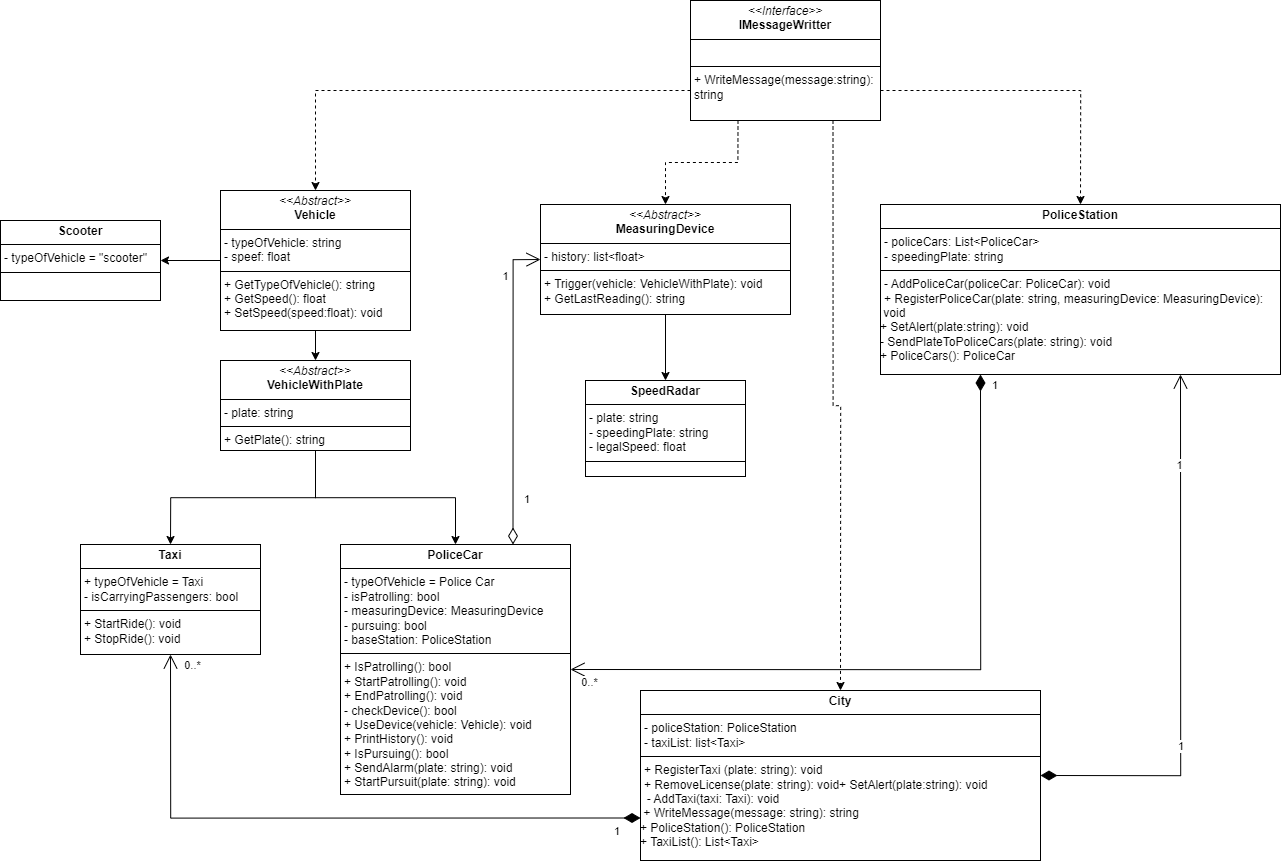
Before: Practica2/UML.png, a diagram exported from draw.io (JES0406/tecnicas-y-paradigmas). Source tidied: cells renumbered, new cells last; positions are measured from the earlier drawing's top-left corner, leaving out a move shared by most shapes.
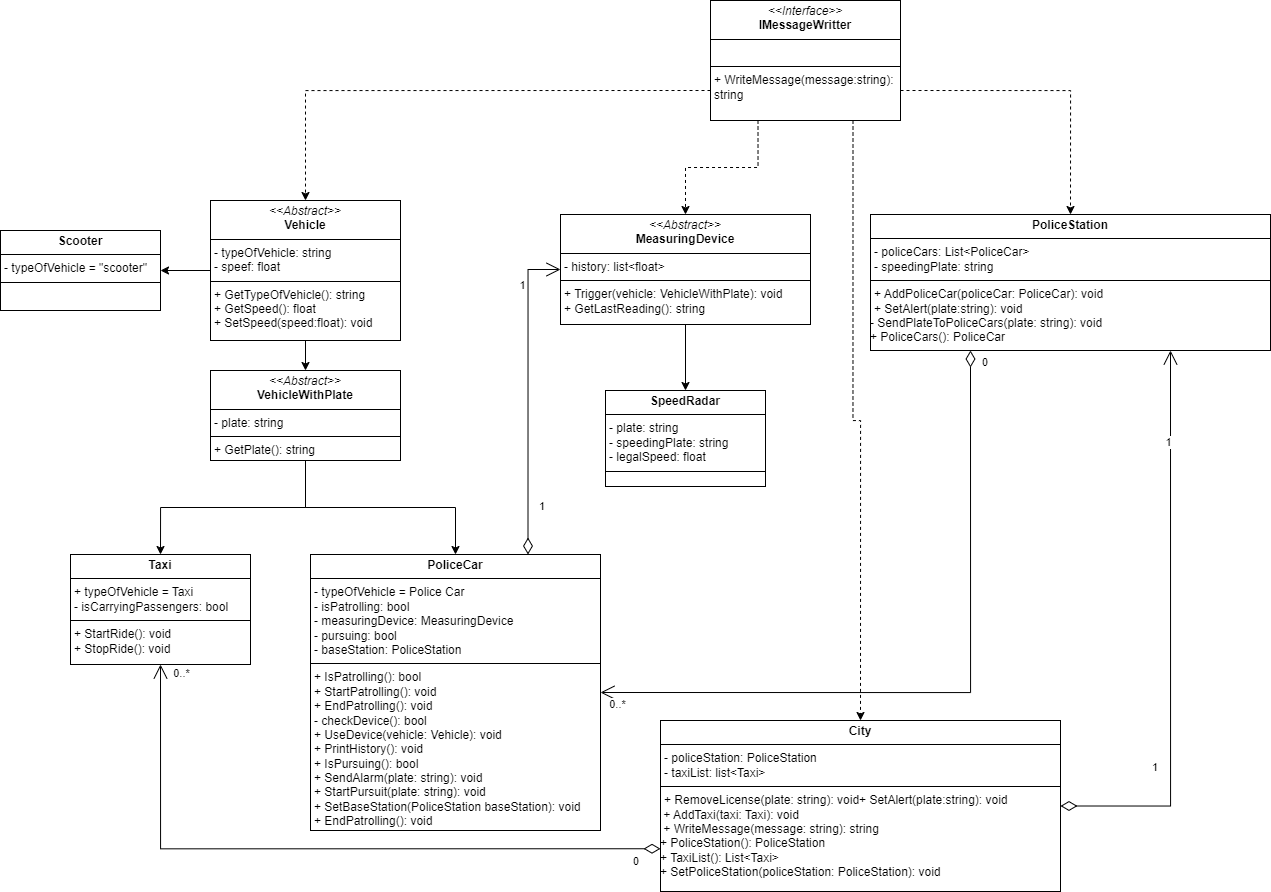
Above is the later version.

Change to the diagram source:
```diff
@@ -24,25 +24,25 @@
       <mxGeometry relative="1" as="geometry" />
     </mxCell>
     <mxCell id="9" value="&lt;p style=&quot;margin:0px;margin-top:4px;text-align:center;&quot;&gt;&lt;i&gt;&amp;lt;&amp;lt;Interface&amp;gt;&amp;gt;&lt;/i&gt;&lt;br&gt;&lt;b&gt;IMessageWritter&lt;/b&gt;&lt;/p&gt;&lt;hr size=&quot;1&quot; style=&quot;border-style:solid;&quot;&gt;&lt;p style=&quot;margin:0px;margin-left:4px;&quot;&gt;&lt;br&gt;&lt;/p&gt;&lt;hr size=&quot;1&quot; style=&quot;border-style:solid;&quot;&gt;&lt;p style=&quot;margin:0px;margin-left:4px;&quot;&gt;+ WriteMessage(message:string):&lt;/p&gt;&lt;p style=&quot;margin:0px;margin-left:4px;&quot;&gt;string&lt;/p&gt;" style="verticalAlign=top;align=left;overflow=fill;html=1;whiteSpace=wrap;" parent="1" vertex="1">
-      <mxGeometry x="690" width="190" height="120" as="geometry" />
+      <mxGeometry x="720" y="-10" width="190" height="120" as="geometry" />
     </mxCell>
     <mxCell id="10" style="edgeStyle=orthogonalEdgeStyle;rounded=0;jettySize=auto;html=1;exitX=0.5;exitY=1;exitDx=0;exitDy=0;entryX=0.5;entryY=0;entryDx=0;entryDy=0;" parent="1" edge="1" source="11" target="13">
       <mxGeometry relative="1" as="geometry" />
     </mxCell>
     <mxCell id="11" value="&lt;p style=&quot;margin:0px;margin-top:4px;text-align:center;&quot;&gt;&lt;i&gt;&amp;lt;&amp;lt;Abstract&amp;gt;&amp;gt;&lt;/i&gt;&lt;br&gt;&lt;b&gt;MeasuringDevice&lt;/b&gt;&lt;/p&gt;&lt;hr size=&quot;1&quot; style=&quot;border-style:solid;&quot;&gt;&lt;p style=&quot;margin:0px;margin-left:4px;&quot;&gt;- history: list&amp;lt;float&amp;gt;&lt;/p&gt;&lt;hr size=&quot;1&quot; style=&quot;border-style:solid;&quot;&gt;&lt;p style=&quot;margin:0px;margin-left:4px;&quot;&gt;+&lt;span style=&quot;text-wrap: nowrap;&quot;&gt;&amp;nbsp;Trigger(vehicle: VehicleWithPlate): void&lt;/span&gt;&lt;br&gt;&lt;span style=&quot;text-wrap: nowrap;&quot;&gt;+ GetLastReading(): string&lt;/span&gt;&lt;br&gt;&lt;/p&gt;" style="verticalAlign=top;align=left;overflow=fill;html=1;whiteSpace=wrap;" parent="1" vertex="1">
-      <mxGeometry x="540" y="204" width="250" height="110" as="geometry" />
+      <mxGeometry x="570" y="204" width="250" height="110" as="geometry" />
     </mxCell>
     <mxCell id="12" style="edgeStyle=orthogonalEdgeStyle;rounded=0;orthogonalLoop=1;jettySize=auto;html=1;exitX=0.5;exitY=1;exitDx=0;exitDy=0;" parent="1" edge="1" source="11" target="11">
       <mxGeometry relative="1" as="geometry" />
     </mxCell>
     <mxCell id="13" value="&lt;p style=&quot;margin:0px;margin-top:4px;text-align:center;&quot;&gt;&lt;b&gt;SpeedRadar&lt;/b&gt;&lt;/p&gt;&lt;hr size=&quot;1&quot; style=&quot;border-style:solid;&quot;&gt;&lt;p style=&quot;margin:0px;margin-left:4px;&quot;&gt;- plate: string&lt;/p&gt;&lt;p style=&quot;margin:0px;margin-left:4px;&quot;&gt;- speedingPlate: string&lt;/p&gt;&lt;p style=&quot;margin:0px;margin-left:4px;&quot;&gt;- legalSpeed: float&lt;/p&gt;&lt;hr size=&quot;1&quot; style=&quot;border-style:solid;&quot;&gt;&lt;p style=&quot;margin:0px;margin-left:4px;&quot;&gt;&lt;br&gt;&lt;/p&gt;" style="verticalAlign=top;align=left;overflow=fill;html=1;whiteSpace=wrap;" parent="1" vertex="1">
-      <mxGeometry x="585" y="380" width="160" height="96" as="geometry" />
+      <mxGeometry x="615" y="380" width="160" height="96" as="geometry" />
     </mxCell>
-    <mxCell id="14" value="&lt;p style=&quot;margin:0px;margin-top:4px;text-align:center;&quot;&gt;&lt;b&gt;PoliceStation&lt;/b&gt;&lt;/p&gt;&lt;hr size=&quot;1&quot; style=&quot;border-style:solid;&quot;&gt;&lt;p style=&quot;margin:0px;margin-left:4px;&quot;&gt;&lt;span style=&quot;text-wrap: nowrap;&quot;&gt;- policeCars: List&amp;lt;PoliceCar&amp;gt;&lt;/span&gt;&lt;br&gt;&lt;/p&gt;&lt;p style=&quot;margin:0px;margin-left:4px;&quot;&gt;&lt;span style=&quot;text-wrap: nowrap;&quot;&gt;- speedingPlate: string&lt;/span&gt;&lt;/p&gt;&lt;hr size=&quot;1&quot; style=&quot;border-style:solid;&quot;&gt;&lt;p style=&quot;margin:0px;margin-left:4px;&quot;&gt;&lt;span style=&quot;text-wrap: nowrap;&quot;&gt;- AddPoliceCar(policeCar: PoliceCar): void&lt;/span&gt;&lt;br&gt;&lt;/p&gt;&lt;p style=&quot;margin:0px;margin-left:4px;&quot;&gt;&lt;span style=&quot;text-wrap: nowrap;&quot;&gt;+ RegisterPoliceCar(plate: string, measuringDevice: MeasuringDevice):&lt;/span&gt;&lt;/p&gt;&lt;div style=&quot;border-color: var(--border-color); text-wrap: nowrap;&quot;&gt;&amp;nbsp;void&lt;/div&gt;&lt;div style=&quot;border-color: var(--border-color); text-wrap: nowrap;&quot;&gt;+ SetAlert(plate:string): void&lt;br&gt;&lt;/div&gt;&lt;div style=&quot;border-color: var(--border-color); text-wrap: nowrap;&quot;&gt;- SendPlateToPoliceCars(plate: string): void&lt;br&gt;&lt;/div&gt;&lt;div style=&quot;border-color: var(--border-color); text-wrap: nowrap;&quot;&gt;+ PoliceCars(): PoliceCar&lt;br&gt;&lt;/div&gt;" style="verticalAlign=top;align=left;overflow=fill;html=1;whiteSpace=wrap;" parent="1" vertex="1">
-      <mxGeometry x="880" y="204" width="400" height="170" as="geometry" />
+    <mxCell id="14" value="&lt;p style=&quot;margin:0px;margin-top:4px;text-align:center;&quot;&gt;&lt;b&gt;PoliceStation&lt;/b&gt;&lt;/p&gt;&lt;hr size=&quot;1&quot; style=&quot;border-style:solid;&quot;&gt;&lt;p style=&quot;margin:0px;margin-left:4px;&quot;&gt;&lt;span style=&quot;text-wrap: nowrap;&quot;&gt;- policeCars: List&amp;lt;PoliceCar&amp;gt;&lt;/span&gt;&lt;br&gt;&lt;/p&gt;&lt;p style=&quot;margin:0px;margin-left:4px;&quot;&gt;&lt;span style=&quot;text-wrap: nowrap;&quot;&gt;- speedingPlate: string&lt;/span&gt;&lt;/p&gt;&lt;hr size=&quot;1&quot; style=&quot;border-style:solid;&quot;&gt;&lt;p style=&quot;margin:0px;margin-left:4px;&quot;&gt;&lt;span style=&quot;text-wrap: nowrap;&quot;&gt;+ AddPoliceCar(policeCar: PoliceCar): void&lt;/span&gt;&lt;br&gt;&lt;/p&gt;&lt;p style=&quot;margin:0px;margin-left:4px;&quot;&gt;&lt;span style=&quot;text-wrap: nowrap; background-color: initial;&quot;&gt;+ SetAlert(plate:string): void&lt;/span&gt;&lt;br&gt;&lt;/p&gt;&lt;div style=&quot;border-color: var(--border-color); text-wrap: nowrap;&quot;&gt;- SendPlateToPoliceCars(plate: string): void&lt;br&gt;&lt;/div&gt;&lt;div style=&quot;border-color: var(--border-color); text-wrap: nowrap;&quot;&gt;+ PoliceCars(): PoliceCar&lt;br&gt;&lt;/div&gt;" style="verticalAlign=top;align=left;overflow=fill;html=1;whiteSpace=wrap;" parent="1" vertex="1">
+      <mxGeometry x="880" y="204" width="400" height="136" as="geometry" />
     </mxCell>
-    <mxCell id="15" value="&lt;p style=&quot;margin:0px;margin-top:4px;text-align:center;&quot;&gt;&lt;b&gt;City&lt;/b&gt;&lt;/p&gt;&lt;hr size=&quot;1&quot; style=&quot;border-style:solid;&quot;&gt;&lt;p style=&quot;margin:0px;margin-left:4px;&quot;&gt;&lt;span style=&quot;text-wrap: nowrap;&quot;&gt;- policeStation: PoliceStation&lt;/span&gt;&lt;br&gt;&lt;/p&gt;&lt;p style=&quot;margin:0px;margin-left:4px;&quot;&gt;&lt;span style=&quot;text-wrap: nowrap;&quot;&gt;- taxiList: list&amp;lt;Taxi&amp;gt;&lt;/span&gt;&lt;br&gt;&lt;/p&gt;&lt;hr size=&quot;1&quot; style=&quot;border-style:solid;&quot;&gt;&lt;p style=&quot;margin:0px;margin-left:4px;&quot;&gt;&lt;span style=&quot;text-wrap: nowrap;&quot;&gt;+ RegisterTaxi (plate: string): void&lt;/span&gt;&lt;br&gt;&lt;/p&gt;&lt;p style=&quot;margin:0px;margin-left:4px;&quot;&gt;&lt;span style=&quot;text-wrap: nowrap; background-color: initial;&quot;&gt;+ RemoveLicense(plate: string): void&lt;/span&gt;&lt;span style=&quot;text-wrap: nowrap; background-color: initial;&quot;&gt;+ SetAlert(plate:string): void&lt;/span&gt;&lt;br&gt;&lt;/p&gt;&lt;div style=&quot;border-color: var(--border-color); text-wrap: nowrap;&quot;&gt;&lt;span style=&quot;background-color: initial;&quot;&gt;&amp;nbsp; - AddTaxi(taxi: Taxi): void&lt;/span&gt;&lt;/div&gt;&lt;div style=&quot;border-color: var(--border-color); text-wrap: nowrap;&quot;&gt;&lt;span style=&quot;background-color: initial;&quot;&gt;&amp;nbsp;&lt;/span&gt;&lt;span style=&quot;background-color: initial;&quot;&gt;+ WriteMessage(message: string): string&lt;/span&gt;&lt;br&gt;&lt;/div&gt;&lt;div style=&quot;border-color: var(--border-color); text-wrap: nowrap;&quot;&gt;+ PoliceStation(): PoliceStation&lt;span style=&quot;background-color: initial;&quot;&gt;&lt;br&gt;&lt;/span&gt;&lt;/div&gt;&lt;div style=&quot;border-color: var(--border-color); text-wrap: nowrap;&quot;&gt;&lt;span style=&quot;background-color: initial;&quot;&gt;+ TaxiList(): List&amp;lt;Taxi&amp;gt;&lt;/span&gt;&lt;br&gt;&lt;/div&gt;" style="verticalAlign=top;align=left;overflow=fill;html=1;whiteSpace=wrap;" parent="1" vertex="1">
-      <mxGeometry x="640" y="690" width="400" height="170" as="geometry" />
+    <mxCell id="15" value="&lt;p style=&quot;margin:0px;margin-top:4px;text-align:center;&quot;&gt;&lt;b&gt;City&lt;/b&gt;&lt;/p&gt;&lt;hr size=&quot;1&quot; style=&quot;border-style:solid;&quot;&gt;&lt;p style=&quot;margin:0px;margin-left:4px;&quot;&gt;&lt;span style=&quot;text-wrap: nowrap;&quot;&gt;- policeStation: PoliceStation&lt;/span&gt;&lt;br&gt;&lt;/p&gt;&lt;p style=&quot;margin:0px;margin-left:4px;&quot;&gt;&lt;span style=&quot;text-wrap: nowrap;&quot;&gt;- taxiList: list&amp;lt;Taxi&amp;gt;&lt;/span&gt;&lt;br&gt;&lt;/p&gt;&lt;hr size=&quot;1&quot; style=&quot;border-style:solid;&quot;&gt;&lt;p style=&quot;margin:0px;margin-left:4px;&quot;&gt;&lt;span style=&quot;background-color: initial; text-wrap: nowrap;&quot;&gt;+ RemoveLicense(plate: string): void&lt;/span&gt;&lt;span style=&quot;background-color: initial; text-wrap: nowrap;&quot;&gt;+ SetAlert(plate:string): void&lt;/span&gt;&lt;br&gt;&lt;/p&gt;&lt;div style=&quot;border-color: var(--border-color); text-wrap: nowrap;&quot;&gt;&lt;span style=&quot;background-color: initial;&quot;&gt;&amp;nbsp;+ AddTaxi(taxi: Taxi): void&lt;/span&gt;&lt;/div&gt;&lt;div style=&quot;border-color: var(--border-color); text-wrap: nowrap;&quot;&gt;&lt;span style=&quot;background-color: initial;&quot;&gt;&amp;nbsp;&lt;/span&gt;&lt;span style=&quot;background-color: initial;&quot;&gt;+ WriteMessage(message: string): string&lt;/span&gt;&lt;br&gt;&lt;/div&gt;&lt;div style=&quot;border-color: var(--border-color); text-wrap: nowrap;&quot;&gt;+ PoliceStation(): PoliceStation&lt;span style=&quot;background-color: initial;&quot;&gt;&lt;br&gt;&lt;/span&gt;&lt;/div&gt;&lt;div style=&quot;border-color: var(--border-color); text-wrap: nowrap;&quot;&gt;&lt;span style=&quot;background-color: initial;&quot;&gt;+ TaxiList(): List&amp;lt;Taxi&amp;gt;&lt;/span&gt;&lt;br&gt;&lt;/div&gt;&lt;div style=&quot;border-color: var(--border-color); text-wrap: nowrap;&quot;&gt;&lt;span style=&quot;background-color: initial;&quot;&gt;+ SetPoliceStation(policeStation: PoliceStation): void&lt;/span&gt;&lt;/div&gt;" style="verticalAlign=top;align=left;overflow=fill;html=1;whiteSpace=wrap;" parent="1" vertex="1">
+      <mxGeometry x="670" y="710" width="400" height="171" as="geometry" />
     </mxCell>
     <mxCell id="16" style="edgeStyle=orthogonalEdgeStyle;rounded=0;jettySize=auto;html=1;exitX=0.5;exitY=1;exitDx=0;exitDy=0;entryX=0.5;entryY=0;entryDx=0;entryDy=0;" parent="1" edge="1" source="18" target="20">
       <mxGeometry relative="1" as="geometry" />
@@ -54,15 +54,15 @@
       <mxGeometry x="220" y="360" width="190" height="90" as="geometry" />
     </mxCell>
     <mxCell id="19" value="&lt;p style=&quot;margin:0px;margin-top:4px;text-align:center;&quot;&gt;&lt;b&gt;Scooter&lt;/b&gt;&lt;/p&gt;&lt;hr size=&quot;1&quot; style=&quot;border-style:solid;&quot;&gt;&lt;p style=&quot;margin:0px;margin-left:4px;&quot;&gt;- typeOfVehicle = &quot;scooter&quot;&lt;/p&gt;&lt;hr size=&quot;1&quot; style=&quot;border-style:solid;&quot;&gt;&lt;p style=&quot;margin:0px;margin-left:4px;&quot;&gt;&lt;br&gt;&lt;/p&gt;" style="verticalAlign=top;align=left;overflow=fill;html=1;whiteSpace=wrap;" parent="1" vertex="1">
-      <mxGeometry y="220" width="160" height="80" as="geometry" />
+      <mxGeometry x="10" y="220" width="160" height="80" as="geometry" />
     </mxCell>
     <mxCell id="20" value="&lt;p style=&quot;margin:0px;margin-top:4px;text-align:center;&quot;&gt;&lt;b&gt;Taxi&lt;/b&gt;&lt;/p&gt;&lt;hr size=&quot;1&quot; style=&quot;border-style:solid;&quot;&gt;&lt;p style=&quot;margin:0px;margin-left:4px;&quot;&gt;+ typeOfVehicle = Taxi&lt;/p&gt;&lt;p style=&quot;margin:0px;margin-left:4px;&quot;&gt;- isCarryingPassengers: bool&lt;/p&gt;&lt;hr size=&quot;1&quot; style=&quot;border-style:solid;&quot;&gt;&lt;p style=&quot;margin:0px;margin-left:4px;&quot;&gt;+ StartRide(): void&lt;/p&gt;&lt;p style=&quot;margin:0px;margin-left:4px;&quot;&gt;+ StopRide(): void&lt;/p&gt;" style="verticalAlign=top;align=left;overflow=fill;html=1;whiteSpace=wrap;" parent="1" vertex="1">
       <mxGeometry x="80" y="544" width="180" height="110" as="geometry" />
     </mxCell>
-    <mxCell id="21" value="&lt;p style=&quot;margin:0px;margin-top:4px;text-align:center;&quot;&gt;&lt;b&gt;PoliceCar&lt;/b&gt;&lt;/p&gt;&lt;hr size=&quot;1&quot; style=&quot;border-style:solid;&quot;&gt;&lt;p style=&quot;margin:0px;margin-left:4px;&quot;&gt;- typeOfVehicle = Police Car&lt;/p&gt;&lt;p style=&quot;margin:0px;margin-left:4px;&quot;&gt;- isPatrolling: bool&lt;/p&gt;&lt;p style=&quot;margin:0px;margin-left:4px;&quot;&gt;- measuringDevice: MeasuringDevice&lt;/p&gt;&lt;p style=&quot;margin:0px;margin-left:4px;&quot;&gt;- pursuing: bool&lt;/p&gt;&lt;p style=&quot;margin:0px;margin-left:4px;&quot;&gt;- baseStation: PoliceStation&amp;nbsp;&lt;/p&gt;&lt;hr size=&quot;1&quot; style=&quot;border-style:solid;&quot;&gt;&lt;p style=&quot;margin:0px;margin-left:4px;&quot;&gt;+ IsPatrolling(): bool&lt;/p&gt;&lt;p style=&quot;margin:0px;margin-left:4px;&quot;&gt;+ StartPatrolling(): void&lt;/p&gt;&lt;p style=&quot;margin:0px;margin-left:4px;&quot;&gt;+ EndPatrolling(): void&lt;/p&gt;&lt;p style=&quot;margin:0px;margin-left:4px;&quot;&gt;- checkDevice(): bool&lt;/p&gt;&lt;p style=&quot;margin:0px;margin-left:4px;&quot;&gt;+ UseDevice(vehicle: Vehicle): void&lt;/p&gt;&lt;p style=&quot;margin:0px;margin-left:4px;&quot;&gt;+ PrintHistory(): void&lt;/p&gt;&lt;p style=&quot;margin:0px;margin-left:4px;&quot;&gt;+ IsPursuing(): bool&lt;/p&gt;&lt;p style=&quot;margin:0px;margin-left:4px;&quot;&gt;+ SendAlarm(plate: string): void&lt;/p&gt;&lt;p style=&quot;margin:0px;margin-left:4px;&quot;&gt;+ StartPursuit(plate: string): void&lt;/p&gt;" style="verticalAlign=top;align=left;overflow=fill;html=1;whiteSpace=wrap;" parent="1" vertex="1">
-      <mxGeometry x="340" y="544" width="230" height="250" as="geometry" />
+    <mxCell id="21" value="&lt;p style=&quot;margin:0px;margin-top:4px;text-align:center;&quot;&gt;&lt;b&gt;PoliceCar&lt;/b&gt;&lt;/p&gt;&lt;hr size=&quot;1&quot; style=&quot;border-style:solid;&quot;&gt;&lt;p style=&quot;margin:0px;margin-left:4px;&quot;&gt;- typeOfVehicle = Police Car&lt;/p&gt;&lt;p style=&quot;margin:0px;margin-left:4px;&quot;&gt;- isPatrolling: bool&lt;/p&gt;&lt;p style=&quot;margin:0px;margin-left:4px;&quot;&gt;- measuringDevice: MeasuringDevice&lt;/p&gt;&lt;p style=&quot;margin:0px;margin-left:4px;&quot;&gt;- pursuing: bool&lt;/p&gt;&lt;p style=&quot;margin:0px;margin-left:4px;&quot;&gt;- baseStation: PoliceStation&amp;nbsp;&lt;/p&gt;&lt;hr size=&quot;1&quot; style=&quot;border-style:solid;&quot;&gt;&lt;p style=&quot;margin:0px;margin-left:4px;&quot;&gt;+ IsPatrolling(): bool&lt;/p&gt;&lt;p style=&quot;margin:0px;margin-left:4px;&quot;&gt;+ StartPatrolling(): void&lt;/p&gt;&lt;p style=&quot;margin:0px;margin-left:4px;&quot;&gt;+ EndPatrolling(): void&lt;/p&gt;&lt;p style=&quot;margin:0px;margin-left:4px;&quot;&gt;- checkDevice(): bool&lt;/p&gt;&lt;p style=&quot;margin:0px;margin-left:4px;&quot;&gt;+ UseDevice(vehicle: Vehicle): void&lt;/p&gt;&lt;p style=&quot;margin:0px;margin-left:4px;&quot;&gt;+ PrintHistory(): void&lt;/p&gt;&lt;p style=&quot;margin:0px;margin-left:4px;&quot;&gt;+ IsPursuing(): bool&lt;/p&gt;&lt;p style=&quot;margin:0px;margin-left:4px;&quot;&gt;+ SendAlarm(plate: string): void&lt;/p&gt;&lt;p style=&quot;margin:0px;margin-left:4px;&quot;&gt;+ StartPursuit(plate: string): void&lt;/p&gt;&lt;p style=&quot;margin:0px;margin-left:4px;&quot;&gt;+ SetBaseStation(PoliceStation baseStation): void&lt;br&gt;&lt;/p&gt;&lt;p style=&quot;margin:0px;margin-left:4px;&quot;&gt;+ EndPatrolling(): void&lt;/p&gt;" style="verticalAlign=top;align=left;overflow=fill;html=1;whiteSpace=wrap;" parent="1" vertex="1">
+      <mxGeometry x="320" y="544" width="290" height="276" as="geometry" />
     </mxCell>
-    <mxCell id="22" value="1" style="endArrow=open;html=1;endSize=12;startArrow=diamondThin;startSize=14;startFill=1;edgeStyle=orthogonalEdgeStyle;align=left;verticalAlign=bottom;rounded=0;entryX=0.75;entryY=1;entryDx=0;entryDy=0;exitX=1;exitY=0.5;exitDx=0;exitDy=0;" parent="1" edge="1" source="15" target="14">
+    <mxCell id="22" value="1" style="endArrow=open;html=1;endSize=12;startArrow=diamondThin;startSize=14;startFill=0;edgeStyle=orthogonalEdgeStyle;align=left;verticalAlign=bottom;rounded=0;entryX=0.75;entryY=1;entryDx=0;entryDy=0;exitX=1;exitY=0.5;exitDx=0;exitDy=0;" parent="1" edge="1" source="15" target="14">
       <mxGeometry x="-0.5" y="20" relative="1" as="geometry" />
     </mxCell>
     <mxCell id="23" value="1" style="edgeLabel;html=1;align=center;verticalAlign=middle;" parent="22" vertex="1">
@@ -70,7 +70,7 @@
         <mxPoint y="8" as="offset" />
       </mxGeometry>
     </mxCell>
-    <mxCell id="24" value="1" style="endArrow=open;html=1;endSize=12;startArrow=diamondThin;startSize=14;startFill=1;align=left;verticalAlign=bottom;rounded=0;exitX=0;exitY=0.75;exitDx=0;exitDy=0;entryX=0.5;entryY=1;entryDx=0;entryDy=0;jumpStyle=none;edgeStyle=orthogonalEdgeStyle;" parent="1" edge="1" source="15" target="20">
+    <mxCell id="24" value="0" style="endArrow=open;html=1;endSize=12;startArrow=diamondThin;startSize=14;startFill=0;align=left;verticalAlign=bottom;rounded=0;exitX=0;exitY=0.75;exitDx=0;exitDy=0;entryX=0.5;entryY=1;entryDx=0;entryDy=0;jumpStyle=none;edgeStyle=orthogonalEdgeStyle;" parent="1" edge="1" source="15" target="20">
       <mxGeometry x="-0.92" y="22" relative="1" as="geometry" />
     </mxCell>
     <mxCell id="25" value="0..*" style="edgeLabel;html=1;align=center;verticalAlign=middle;" parent="24" vertex="1">
@@ -78,7 +78,7 @@
         <mxPoint x="21" as="offset" />
       </mxGeometry>
     </mxCell>
-    <mxCell id="26" value="1" style="endArrow=open;html=1;endSize=12;startArrow=diamondThin;startSize=14;startFill=1;edgeStyle=orthogonalEdgeStyle;align=left;verticalAlign=bottom;rounded=0;exitX=0.25;exitY=1;exitDx=0;exitDy=0;entryX=1;entryY=0.5;entryDx=0;entryDy=0;" parent="1" edge="1" source="14" target="21">
+    <mxCell id="26" value="0" style="endArrow=open;html=1;endSize=12;startArrow=diamondThin;startSize=14;startFill=0;edgeStyle=orthogonalEdgeStyle;align=left;verticalAlign=bottom;rounded=0;exitX=0.25;exitY=1;exitDx=0;exitDy=0;entryX=1;entryY=0.5;entryDx=0;entryDy=0;" parent="1" edge="1" source="14" target="21">
       <mxGeometry x="-0.94" y="10" relative="1" as="geometry" />
     </mxCell>
     <mxCell id="27" value="0..*" style="edgeLabel;html=1;align=center;verticalAlign=middle;" parent="26" vertex="1">
```
